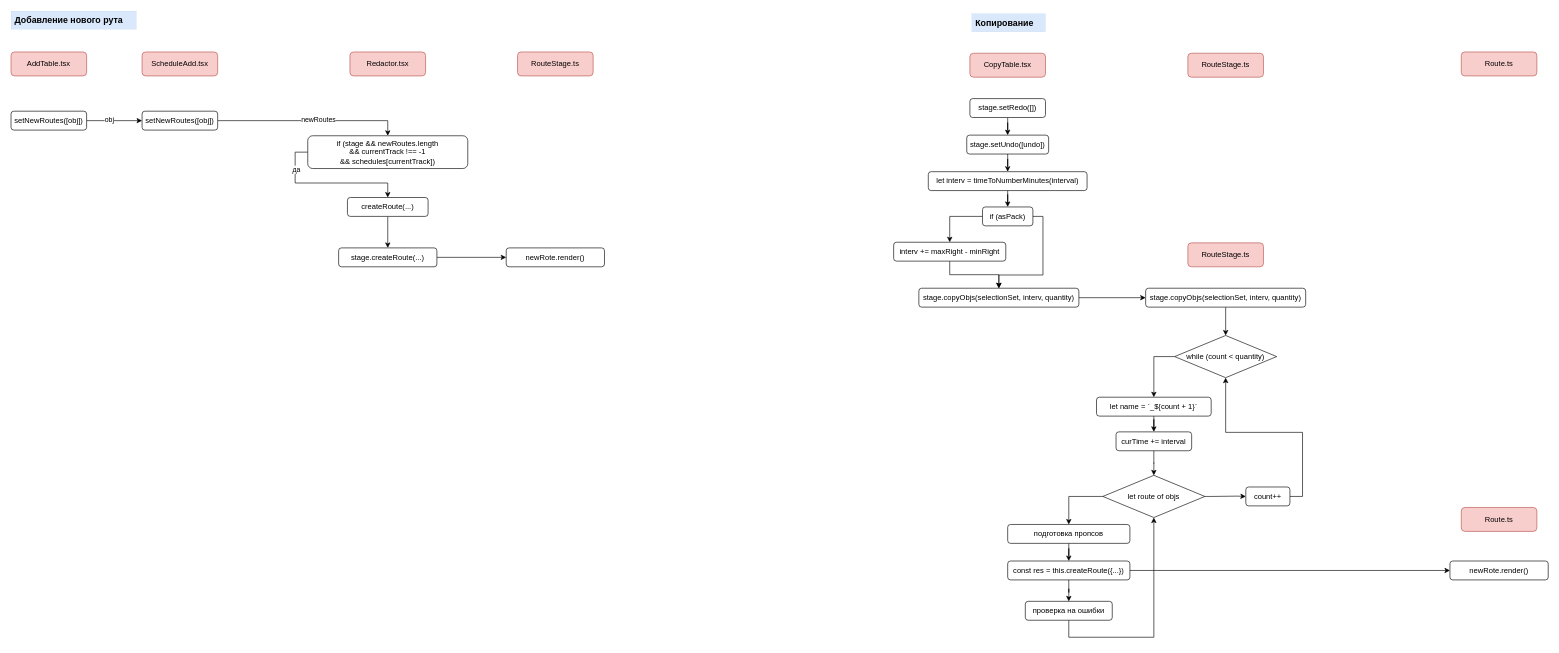
This is page "Routes (нитки)" (4 of 7) of График движения.drawio from orlov-oleg-developer/asuter-UML, a draw.io file, before an edit. Source tidied: cells renumbered, new cells numbered last; positions are measured from the earlier drawing's top-left corner, leaving out a move shared by most shapes. Both pictures are drawn from the tidied source at 63%, with x=0, y=0 at pixel (11, 11).
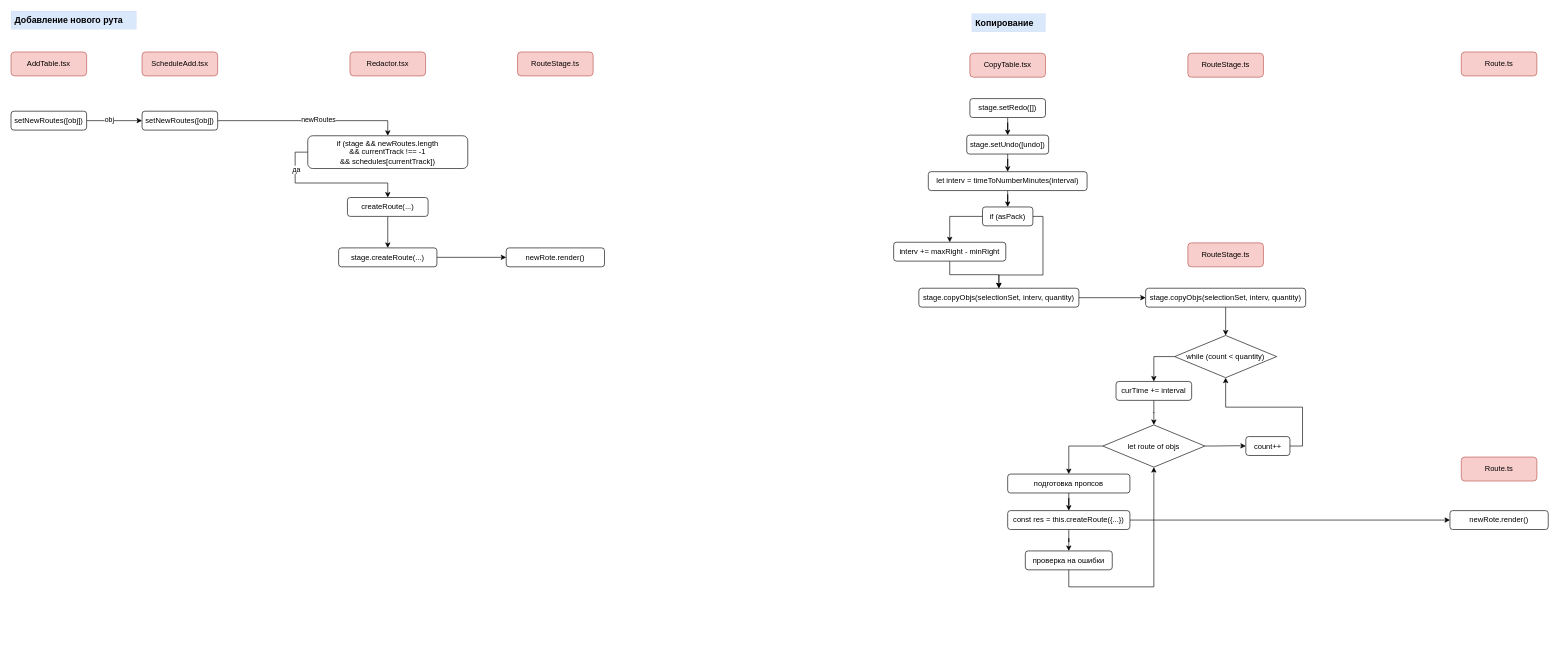
After the change.

Unchanged cells that the change refers to:
```xml
<mxCell id="41" value="while (count &amp;lt; quantity)" style="rhombus;whiteSpace=wrap;html=1;" parent="1" vertex="1">
  <mxGeometry x="1847" y="515" width="162" height="67" as="geometry" />
</mxCell>
```

Diff of the diagram source:
```diff
@@
-    <mxCell id="40" style="edgeStyle=orthogonalEdgeStyle;rounded=0;jettySize=auto;html=1;entryX=0.5;entryY=0;entryDx=0;entryDy=0;exitX=0;exitY=0.5;exitDx=0;exitDy=0;" parent="1" edge="1" source="41" target="43">
+    <mxCell id="40" style="edgeStyle=orthogonalEdgeStyle;rounded=0;jettySize=auto;html=1;entryX=0.5;entryY=0;entryDx=0;entryDy=0;exitX=0;exitY=0.5;exitDx=0;exitDy=0;" parent="1" edge="1" source="41" target="45">
       <mxGeometry relative="1" as="geometry" />
     </mxCell>
@@
-    <mxCell id="42" style="edgeStyle=orthogonalEdgeStyle;rounded=0;jettySize=auto;html=1;entryX=0.5;entryY=0;entryDx=0;entryDy=0;" parent="1" edge="1" source="43" target="45">
-      <mxGeometry relative="1" as="geometry" />
-    </mxCell>
-    <mxCell id="43" value="let name = `_${count + 1}`" style="rounded=1;whiteSpace=wrap;html=1;" parent="1" vertex="1">
-      <mxGeometry x="1723" y="613" width="182" height="30" as="geometry" />
-    </mxCell>
@@
     <mxCell id="45" value="curTime += interval" style="rounded=1;whiteSpace=wrap;html=1;" parent="1" vertex="1">
-      <mxGeometry x="1754" y="668" width="120" height="30" as="geometry" />
+      <mxGeometry x="1754" y="588" width="120" height="30" as="geometry" />
     </mxCell>
@@
     <mxCell id="47" style="edgeStyle=orthogonalEdgeStyle;rounded=0;jettySize=auto;html=1;entryX=0;entryY=0.5;entryDx=0;entryDy=0;" parent="1" edge="1" source="48" target="57">
       <mxGeometry relative="1" as="geometry">
         <Array as="points">
-          <mxPoint x="1906" y="770" />
-          <mxPoint x="1946" y="770" />
-          <mxPoint x="1946" y="780" />
+          <mxPoint x="1906" y="690" />
+          <mxPoint x="1946" y="690" />
+          <mxPoint x="1946" y="700" />
         </Array>
       </mxGeometry>
     </mxCell>
     <mxCell id="48" value="let route of objs" style="rhombus;whiteSpace=wrap;html=1;" parent="1" vertex="1">
-      <mxGeometry x="1733" y="737" width="162" height="67" as="geometry" />
+      <mxGeometry x="1733" y="657" width="162" height="67" as="geometry" />
     </mxCell>
@@
     <mxCell id="51" value="const res = this.createRoute({...})" style="rounded=1;whiteSpace=wrap;html=1;" parent="1" vertex="1">
-      <mxGeometry x="1582" y="873" width="194" height="30" as="geometry" />
+      <mxGeometry x="1582" y="793" width="194" height="30" as="geometry" />
     </mxCell>
@@
     <mxCell id="53" value="подготовка пропсов" style="rounded=1;whiteSpace=wrap;html=1;" parent="1" vertex="1">
-      <mxGeometry x="1582" y="815" width="194" height="30" as="geometry" />
+      <mxGeometry x="1582" y="735" width="194" height="30" as="geometry" />
     </mxCell>
     <mxCell id="54" style="edgeStyle=orthogonalEdgeStyle;rounded=0;jettySize=auto;html=1;entryX=0.5;entryY=1;entryDx=0;entryDy=0;" parent="1" edge="1" source="55" target="48">
       <mxGeometry relative="1" as="geometry">
         <Array as="points">
-          <mxPoint x="1679" y="994" />
-          <mxPoint x="1814" y="994" />
+          <mxPoint x="1679" y="914" />
+          <mxPoint x="1814" y="914" />
         </Array>
       </mxGeometry>
     </mxCell>
     <mxCell id="55" value="проверка на ошибки" style="rounded=1;whiteSpace=wrap;html=1;" parent="1" vertex="1">
-      <mxGeometry x="1610" y="937" width="138" height="30" as="geometry" />
+      <mxGeometry x="1610" y="857" width="138" height="30" as="geometry" />
     </mxCell>
@@
     <mxCell id="57" value="count++" style="rounded=1;whiteSpace=wrap;html=1;" parent="1" vertex="1">
-      <mxGeometry x="1960" y="755.5" width="70" height="30" as="geometry" />
+      <mxGeometry x="1960" y="675.5" width="70" height="30" as="geometry" />
     </mxCell>
@@
     <mxCell id="59" value="newRote.render()" style="rounded=1;whiteSpace=wrap;html=1;" parent="1" vertex="1">
-      <mxGeometry x="2284" y="873" width="156" height="30" as="geometry" />
+      <mxGeometry x="2284" y="793" width="156" height="30" as="geometry" />
     </mxCell>
@@
     <mxCell id="61" value="Route.ts" style="rounded=1;whiteSpace=wrap;html=1;glass=0;fillColor=#f8cecc;strokeColor=#b85450;" parent="1" vertex="1">
-      <mxGeometry x="2302" y="788" width="120" height="38" as="geometry" />
+      <mxGeometry x="2302" y="708" width="120" height="38" as="geometry" />
     </mxCell>
```
